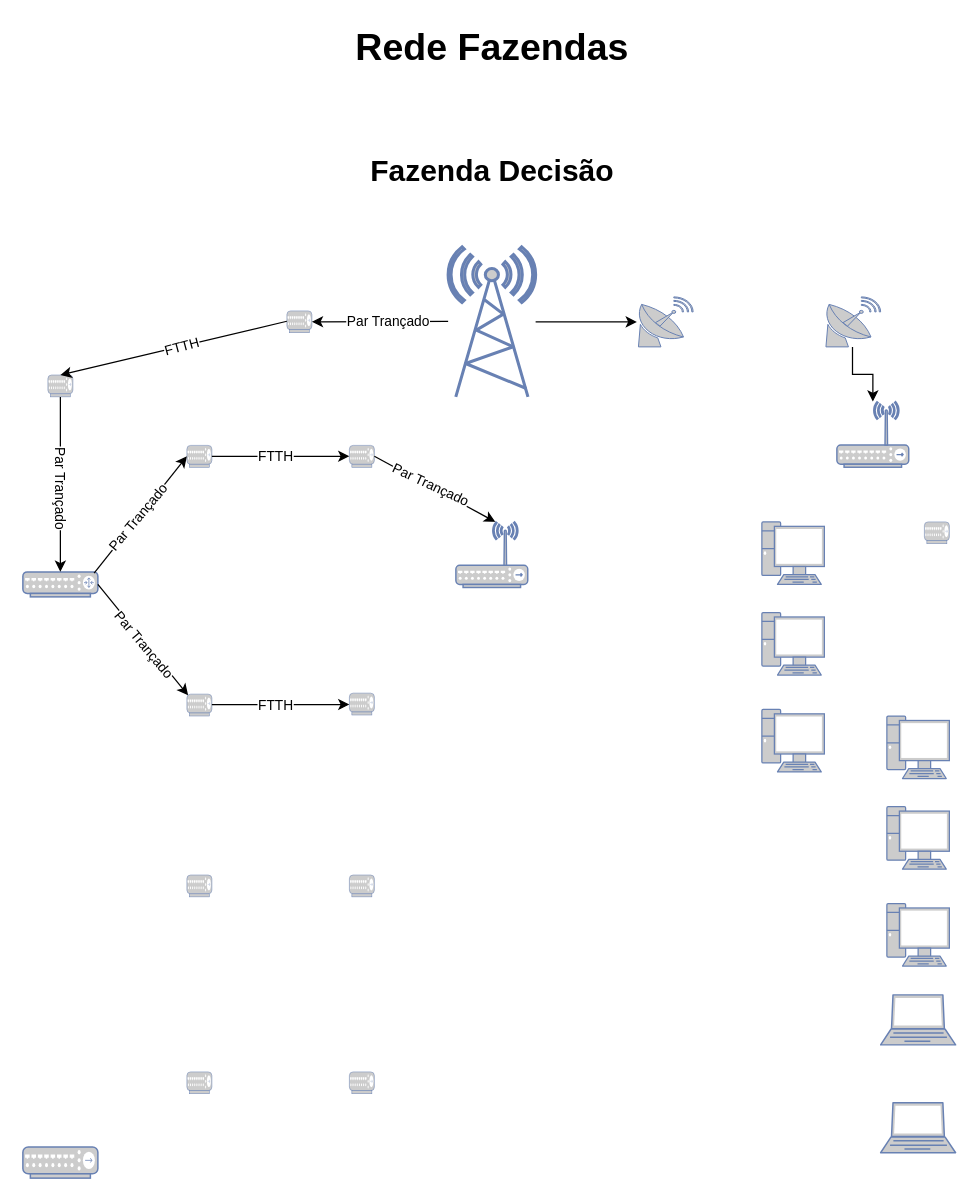
The draw.io diagram Diagrama sem nome.drawio in AlbertoPontes/Fluxogramas, before the edit. Source tidied: cells renumbered, new cells numbered last; positions are measured from the earlier drawing's top-left corner, leaving out a move shared by most shapes. Both pictures are drawn from the tidied source at 125%, with x=0, y=0 at pixel (22, 21).
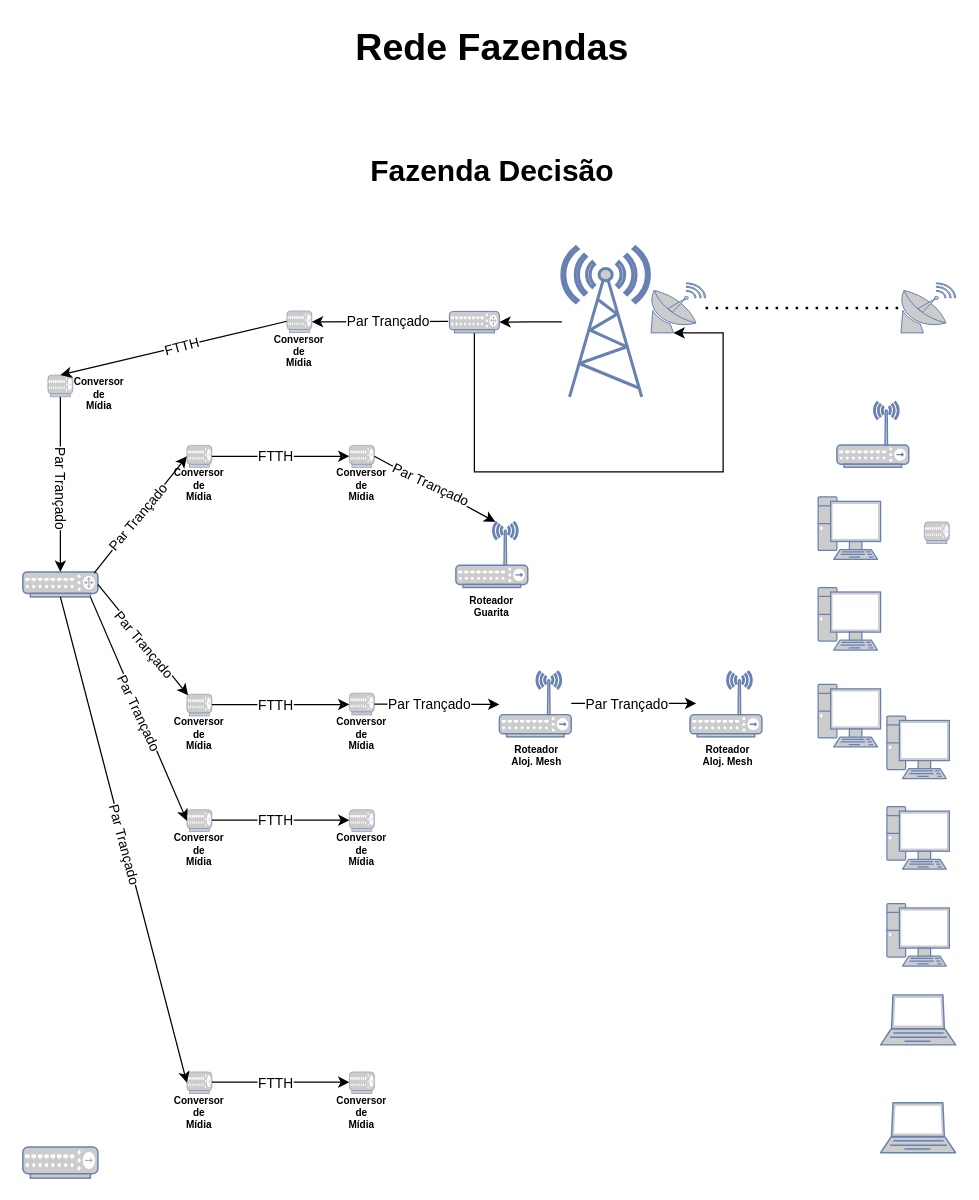
The same diagram, later.

The change refers to these unchanged cells:
```xml
<mxCell id="7" style="fontColor=#0066CC;verticalAlign=top;verticalLabelPosition=bottom;labelPosition=center;align=center;html=1;outlineConnect=0;fillColor=#CCCCCC;strokeColor=#6881B3;gradientColor=none;gradientDirection=north;strokeWidth=2;shape=mxgraph.networks.router;" parent="1" vertex="1">
  <mxGeometry x="-0.2" y="440" width="60" height="20" as="geometry" />
</mxCell>
<mxCell id="10" style="fontColor=#0066CC;verticalAlign=top;verticalLabelPosition=bottom;labelPosition=center;align=center;html=1;outlineConnect=0;fillColor=#CCCCCC;strokeColor=#6881B3;gradientColor=none;gradientDirection=north;strokeWidth=2;shape=mxgraph.networks.wireless_hub;" parent="1" vertex="1">
  <mxGeometry x="651" y="303.8" width="57.5" height="52.5" as="geometry" />
</mxCell>
<mxCell id="34" style="fontColor=#0066CC;verticalAlign=top;verticalLabelPosition=bottom;labelPosition=center;align=center;html=1;outlineConnect=0;fillColor=#CCCCCC;strokeColor=#6881B3;gradientColor=none;gradientDirection=north;strokeWidth=2;shape=mxgraph.networks.hub;" parent="1" vertex="1">
  <mxGeometry x="261" y="537" width="20" height="17.5" as="geometry" />
</mxCell>
<mxCell id="46" style="fontColor=#0066CC;verticalAlign=top;verticalLabelPosition=bottom;labelPosition=center;align=center;html=1;outlineConnect=0;fillColor=#CCCCCC;strokeColor=#6881B3;gradientColor=none;gradientDirection=north;strokeWidth=2;shape=mxgraph.networks.hub;" parent="1" vertex="1">
  <mxGeometry x="131" y="840" width="20" height="17.5" as="geometry" />
</mxCell>
```

Change to the diagram source:
```diff
@@
-    <mxCell id="4" style="edgeStyle=orthogonalEdgeStyle;rounded=0;jettySize=auto;html=1;" parent="1" edge="1" source="5" target="6">
-      <mxGeometry relative="1" as="geometry" />
-    </mxCell>
+    <mxCell id="48" style="edgeStyle=orthogonalEdgeStyle;rounded=0;jettySize=auto;html=1;entryX=1;entryY=0.5;entryDx=0;entryDy=0;entryPerimeter=0;" parent="1" edge="1" source="5" target="60">
+      <mxGeometry relative="1" as="geometry" />
+    </mxCell>
     <mxCell id="5" style="fontColor=#0066CC;verticalAlign=top;verticalLabelPosition=bottom;labelPosition=center;align=center;html=1;outlineConnect=0;fillColor=#CCCCCC;strokeColor=#6881B3;gradientColor=none;gradientDirection=north;strokeWidth=2;shape=mxgraph.networks.radio_tower;" parent="1" vertex="1">
-      <mxGeometry x="340" y="180" width="70" height="120" as="geometry" />
+      <mxGeometry x="431" y="180" width="70" height="120" as="geometry" />
     </mxCell>
     <mxCell id="6" style="fontColor=#0066CC;verticalAlign=top;verticalLabelPosition=bottom;labelPosition=center;align=center;html=1;outlineConnect=0;fillColor=#CCCCCC;strokeColor=#6881B3;gradientColor=none;gradientDirection=north;strokeWidth=2;shape=mxgraph.networks.satellite_dish;" parent="1" vertex="1">
-      <mxGeometry x="491" y="220" width="45" height="40" as="geometry" />
+      <mxGeometry x="501" y="208.8" width="45" height="40" as="geometry" />
     </mxCell>
@@
-    <mxCell id="8" style="edgeStyle=orthogonalEdgeStyle;rounded=0;jettySize=auto;html=1;" parent="1" edge="1" source="9" target="10">
-      <mxGeometry relative="1" as="geometry" />
-    </mxCell>
     <mxCell id="9" style="fontColor=#0066CC;verticalAlign=top;verticalLabelPosition=bottom;labelPosition=center;align=center;html=1;outlineConnect=0;fillColor=#CCCCCC;strokeColor=#6881B3;gradientColor=none;gradientDirection=north;strokeWidth=2;shape=mxgraph.networks.satellite_dish;direction=east;" parent="1" vertex="1">
-      <mxGeometry x="641" y="220" width="45" height="40" as="geometry" />
+      <mxGeometry x="701" y="208.8" width="45" height="40" as="geometry" />
     </mxCell>
@@
     <mxCell id="17" style="fontColor=#0066CC;verticalAlign=top;verticalLabelPosition=bottom;labelPosition=center;align=center;html=1;fillColor=#CCCCCC;strokeColor=#6881B3;gradientColor=none;gradientDirection=north;strokeWidth=2;shape=mxgraph.networks.pc;" parent="1" vertex="1">
-      <mxGeometry x="591" y="400" width="50" height="50" as="geometry" />
+      <mxGeometry x="636" y="380" width="50" height="50" as="geometry" />
     </mxCell>
     <mxCell id="18" style="fontColor=#0066CC;verticalAlign=top;verticalLabelPosition=bottom;labelPosition=center;align=center;html=1;fillColor=#CCCCCC;strokeColor=#6881B3;gradientColor=none;gradientDirection=north;strokeWidth=2;shape=mxgraph.networks.pc;" parent="1" vertex="1">
-      <mxGeometry x="591" y="472.5" width="50" height="50" as="geometry" />
+      <mxGeometry x="636" y="452.5" width="50" height="50" as="geometry" />
     </mxCell>
     <mxCell id="19" style="fontColor=#0066CC;verticalAlign=top;verticalLabelPosition=bottom;labelPosition=center;align=center;html=1;fillColor=#CCCCCC;strokeColor=#6881B3;gradientColor=none;gradientDirection=north;strokeWidth=2;shape=mxgraph.networks.pc;" parent="1" vertex="1">
-      <mxGeometry x="591" y="550" width="50" height="50" as="geometry" />
+      <mxGeometry x="636" y="530" width="50" height="50" as="geometry" />
     </mxCell>
@@
     <mxCell id="23" style="fontColor=#0066CC;verticalAlign=top;verticalLabelPosition=bottom;labelPosition=center;align=center;html=1;outlineConnect=0;fillColor=#CCCCCC;strokeColor=#6881B3;gradientColor=none;gradientDirection=north;strokeWidth=2;shape=mxgraph.networks.hub;" parent="1" vertex="1">
-      <mxGeometry x="131" y="682.5" width="20" height="17.5" as="geometry" />
+      <mxGeometry x="131" y="630.3" width="20" height="17.5" as="geometry" />
     </mxCell>
@@
     <mxCell id="45" style="fontColor=#0066CC;verticalAlign=top;verticalLabelPosition=bottom;labelPosition=center;align=center;html=1;fillColor=#CCCCCC;strokeColor=#6881B3;gradientColor=none;gradientDirection=north;strokeWidth=2;shape=mxgraph.networks.hub;" parent="1" vertex="1">
-      <mxGeometry x="261" y="682.5" width="20" height="17.5" as="geometry" />
+      <mxGeometry x="261" y="630.3" width="20" height="17.5" as="geometry" />
     </mxCell>
@@
+    <mxCell id="49" value="Conversor&lt;br style=&quot;font-size: 8px;&quot;&gt;de&lt;br style=&quot;font-size: 8px;&quot;&gt;Mídia" style="text;html=1;strokeColor=none;fillColor=none;align=center;verticalAlign=middle;whiteSpace=wrap;rounded=0;fontSize=8;fontStyle=1;" parent="1" vertex="1">
+      <mxGeometry x="191" y="248.8" width="60" height="30" as="geometry" />
+    </mxCell>
+    <mxCell id="50" value="Conversor&lt;br style=&quot;font-size: 8px;&quot;&gt;de&lt;br style=&quot;font-size: 8px;&quot;&gt;Mídia" style="text;html=1;strokeColor=none;fillColor=none;align=center;verticalAlign=middle;whiteSpace=wrap;rounded=0;fontSize=8;fontStyle=1;" parent="1" vertex="1">
+      <mxGeometry x="111" y="356.2" width="60" height="30" as="geometry" />
+    </mxCell>
+    <mxCell id="51" value="Conversor&lt;br style=&quot;font-size: 8px;&quot;&gt;de&lt;br style=&quot;font-size: 8px;&quot;&gt;Mídia" style="text;html=1;strokeColor=none;fillColor=none;align=center;verticalAlign=middle;whiteSpace=wrap;rounded=0;fontSize=8;fontStyle=1;" parent="1" vertex="1">
+      <mxGeometry x="241" y="356.2" width="60" height="30" as="geometry" />
+    </mxCell>
+    <mxCell id="52" value="Conversor&lt;br style=&quot;font-size: 8px;&quot;&gt;de&lt;br style=&quot;font-size: 8px;&quot;&gt;Mídia" style="text;html=1;strokeColor=none;fillColor=none;align=center;verticalAlign=middle;whiteSpace=wrap;rounded=0;fontSize=8;fontStyle=1;" parent="1" vertex="1">
+      <mxGeometry x="241" y="555.3" width="60" height="30" as="geometry" />
+    </mxCell>
+    <mxCell id="53" value="Conversor&lt;br style=&quot;font-size: 8px;&quot;&gt;de&lt;br style=&quot;font-size: 8px;&quot;&gt;Mídia" style="text;html=1;strokeColor=none;fillColor=none;align=center;verticalAlign=middle;whiteSpace=wrap;rounded=0;fontSize=8;fontStyle=1;" parent="1" vertex="1">
+      <mxGeometry x="111" y="555" width="60" height="30" as="geometry" />
+    </mxCell>
+    <mxCell id="54" value="Conversor&lt;br style=&quot;font-size: 8px;&quot;&gt;de&lt;br style=&quot;font-size: 8px;&quot;&gt;Mídia" style="text;html=1;strokeColor=none;fillColor=none;align=center;verticalAlign=middle;whiteSpace=wrap;rounded=0;fontSize=8;fontStyle=1;" parent="1" vertex="1">
+      <mxGeometry x="111" y="647.8" width="60" height="30" as="geometry" />
+    </mxCell>
+    <mxCell id="55" value="Conversor&lt;br style=&quot;font-size: 8px;&quot;&gt;de&lt;br style=&quot;font-size: 8px;&quot;&gt;Mídia" style="text;html=1;strokeColor=none;fillColor=none;align=center;verticalAlign=middle;whiteSpace=wrap;rounded=0;fontSize=8;fontStyle=1;" parent="1" vertex="1">
+      <mxGeometry x="241" y="647.8" width="60" height="30" as="geometry" />
+    </mxCell>
+    <mxCell id="56" value="Conversor&lt;br style=&quot;font-size: 8px;&quot;&gt;de&lt;br style=&quot;font-size: 8px;&quot;&gt;Mídia" style="text;html=1;strokeColor=none;fillColor=none;align=center;verticalAlign=middle;whiteSpace=wrap;rounded=0;fontSize=8;fontStyle=1;" parent="1" vertex="1">
+      <mxGeometry x="111" y="857.5" width="60" height="30" as="geometry" />
+    </mxCell>
+    <mxCell id="57" value="Conversor&lt;br style=&quot;font-size: 8px;&quot;&gt;de&lt;br style=&quot;font-size: 8px;&quot;&gt;Mídia" style="text;html=1;strokeColor=none;fillColor=none;align=center;verticalAlign=middle;whiteSpace=wrap;rounded=0;fontSize=8;fontStyle=1;" parent="1" vertex="1">
+      <mxGeometry x="241" y="857.5" width="60" height="30" as="geometry" />
+    </mxCell>
+    <mxCell id="58" value="Conversor&lt;br style=&quot;font-size: 8px;&quot;&gt;de&lt;br style=&quot;font-size: 8px;&quot;&gt;Mídia" style="text;html=1;strokeColor=none;fillColor=none;align=center;verticalAlign=middle;whiteSpace=wrap;rounded=0;fontSize=8;fontStyle=1;" parent="1" vertex="1">
+      <mxGeometry x="31" y="282.5" width="60" height="30" as="geometry" />
+    </mxCell>
+    <mxCell id="59" style="edgeStyle=orthogonalEdgeStyle;rounded=0;jettySize=auto;html=1;exitX=0.5;exitY=1;exitDx=0;exitDy=0;exitPerimeter=0;entryX=0.43;entryY=1;entryDx=0;entryDy=0;entryPerimeter=0;" parent="1" edge="1" source="60" target="6">
+      <mxGeometry relative="1" as="geometry">
+        <Array as="points">
+          <mxPoint x="361" y="360" />
+          <mxPoint x="560" y="360" />
+        </Array>
+      </mxGeometry>
+    </mxCell>
+    <mxCell id="60" style="fontColor=#0066CC;verticalAlign=top;verticalLabelPosition=bottom;labelPosition=center;align=center;html=1;outlineConnect=0;fillColor=#CCCCCC;strokeColor=#6881B3;gradientColor=none;gradientDirection=north;strokeWidth=2;shape=mxgraph.networks.router;" parent="1" vertex="1">
+      <mxGeometry x="341" y="231.6" width="40" height="17.2" as="geometry" />
+    </mxCell>
+    <mxCell id="61" style="endArrow=none;dashed=1;html=1;dashPattern=1 3;strokeWidth=2;rounded=0;" parent="1" edge="1" source="6" target="9">
+      <mxGeometry relative="1" as="geometry" />
+    </mxCell>
+    <mxCell id="62" value="Roteador&lt;br&gt;Guarita" style="text;html=1;strokeColor=none;fillColor=none;align=center;verticalAlign=middle;whiteSpace=wrap;rounded=0;fontSize=8;fontStyle=1;" parent="1" vertex="1">
+      <mxGeometry x="345" y="452.5" width="60" height="30" as="geometry" />
+    </mxCell>
+    <mxCell id="63" style="endArrow=classic;html=1;rounded=0;entryX=0;entryY=0.5;entryDx=0;entryDy=0;entryPerimeter=0;exitX=1;exitY=0.5;exitDx=0;exitDy=0;exitPerimeter=0;" parent="1" edge="1">
+      <mxGeometry relative="1" as="geometry">
+        <mxPoint x="151" y="638.6" as="sourcePoint" />
+        <mxPoint x="261" y="638.6" as="targetPoint" />
+      </mxGeometry>
+    </mxCell>
+    <mxCell id="64" value="FTTH" style="edgeLabel;html=1;align=center;verticalAlign=middle;rotation=0;" parent="63" vertex="1">
+      <mxGeometry relative="1" as="geometry">
+        <mxPoint x="-5" as="offset" />
+      </mxGeometry>
+    </mxCell>
+    <mxCell id="65" style="endArrow=classic;html=1;rounded=0;entryX=0;entryY=0.5;entryDx=0;entryDy=0;entryPerimeter=0;exitX=1;exitY=0.5;exitDx=0;exitDy=0;exitPerimeter=0;" parent="1" edge="1">
+      <mxGeometry relative="1" as="geometry">
+        <mxPoint x="151" y="848.2" as="sourcePoint" />
+        <mxPoint x="261" y="848.2" as="targetPoint" />
+      </mxGeometry>
+    </mxCell>
+    <mxCell id="66" value="FTTH" style="edgeLabel;html=1;align=center;verticalAlign=middle;rotation=0;" parent="65" vertex="1">
+      <mxGeometry relative="1" as="geometry">
+        <mxPoint x="-5" as="offset" />
+      </mxGeometry>
+    </mxCell>
+    <mxCell id="67" style="endArrow=classic;html=1;rounded=0;entryX=0;entryY=0.5;entryDx=0;entryDy=0;entryPerimeter=0;exitX=0.9;exitY=1;exitDx=0;exitDy=0;exitPerimeter=0;" parent="1" edge="1" source="7" target="23">
+      <mxGeometry relative="1" as="geometry" />
+    </mxCell>
+    <mxCell id="68" value="Par Trançado" style="edgeLabel;html=1;align=center;verticalAlign=middle;rotation=65;" parent="67" vertex="1">
+      <mxGeometry relative="1" as="geometry">
+        <mxPoint x="1" y="3" as="offset" />
+      </mxGeometry>
+    </mxCell>
+    <mxCell id="69" style="endArrow=classic;html=1;rounded=0;entryX=0;entryY=0.5;entryDx=0;entryDy=0;entryPerimeter=0;exitX=0.5;exitY=1;exitDx=0;exitDy=0;exitPerimeter=0;" parent="1" edge="1" source="7" target="46">
+      <mxGeometry relative="1" as="geometry" />
+    </mxCell>
+    <mxCell id="70" value="Par Trançado" style="edgeLabel;html=1;align=center;verticalAlign=middle;rotation=75;" parent="69" vertex="1">
+      <mxGeometry relative="1" as="geometry">
+        <mxPoint x="1" y="3" as="offset" />
+      </mxGeometry>
+    </mxCell>
+    <mxCell id="71" style="endArrow=classic;html=1;rounded=0;exitX=1;exitY=0.5;exitDx=0;exitDy=0;exitPerimeter=0;" parent="1" edge="1" source="34">
+      <mxGeometry relative="1" as="geometry">
+        <mxPoint x="381" y="546" as="targetPoint" />
+      </mxGeometry>
+    </mxCell>
+    <mxCell id="72" value="Par Trançado" style="edgeLabel;html=1;align=center;verticalAlign=middle;" parent="71" vertex="1">
+      <mxGeometry relative="1" as="geometry">
+        <mxPoint x="-6" as="offset" />
+      </mxGeometry>
+    </mxCell>
+    <mxCell id="73" style="fontColor=#0066CC;verticalAlign=top;verticalLabelPosition=bottom;labelPosition=center;align=center;html=1;fillColor=#CCCCCC;strokeColor=#6881B3;gradientColor=none;gradientDirection=north;strokeWidth=2;shape=mxgraph.networks.wireless_hub;" parent="1" vertex="1">
+      <mxGeometry x="381" y="519.5" width="57.5" height="52.5" as="geometry" />
+    </mxCell>
+    <mxCell id="74" style="endArrow=classic;html=1;rounded=0;exitX=1;exitY=0.5;exitDx=0;exitDy=0;exitPerimeter=0;" parent="1" edge="1">
+      <mxGeometry relative="1" as="geometry">
+        <mxPoint x="438.5" y="545.2" as="sourcePoint" />
+        <mxPoint x="538.5" y="545.2" as="targetPoint" />
+      </mxGeometry>
+    </mxCell>
+    <mxCell id="75" value="Par Trançado" style="edgeLabel;html=1;align=center;verticalAlign=middle;" parent="74" vertex="1">
+      <mxGeometry relative="1" as="geometry">
+        <mxPoint x="-6" as="offset" />
+      </mxGeometry>
+    </mxCell>
+    <mxCell id="76" style="fontColor=#0066CC;verticalAlign=top;verticalLabelPosition=bottom;labelPosition=center;align=center;html=1;fillColor=#CCCCCC;strokeColor=#6881B3;gradientColor=none;gradientDirection=north;strokeWidth=2;shape=mxgraph.networks.wireless_hub;" parent="1" vertex="1">
+      <mxGeometry x="533.5" y="519.5" width="57.5" height="52.5" as="geometry" />
+    </mxCell>
+    <mxCell id="77" value="Roteador&lt;br&gt;Aloj. Mesh" style="text;html=1;strokeColor=none;fillColor=none;align=center;verticalAlign=middle;whiteSpace=wrap;rounded=0;fontSize=8;fontStyle=1;" parent="1" vertex="1">
+      <mxGeometry x="381" y="572" width="60" height="30" as="geometry" />
+    </mxCell>
+    <mxCell id="78" value="Roteador&lt;br style=&quot;border-color: var(--border-color);&quot;&gt;Aloj. Mesh" style="text;html=1;strokeColor=none;fillColor=none;align=center;verticalAlign=middle;whiteSpace=wrap;rounded=0;fontSize=8;fontStyle=1;" parent="1" vertex="1">
+      <mxGeometry x="533.5" y="572" width="60" height="30" as="geometry" />
+    </mxCell>
```
